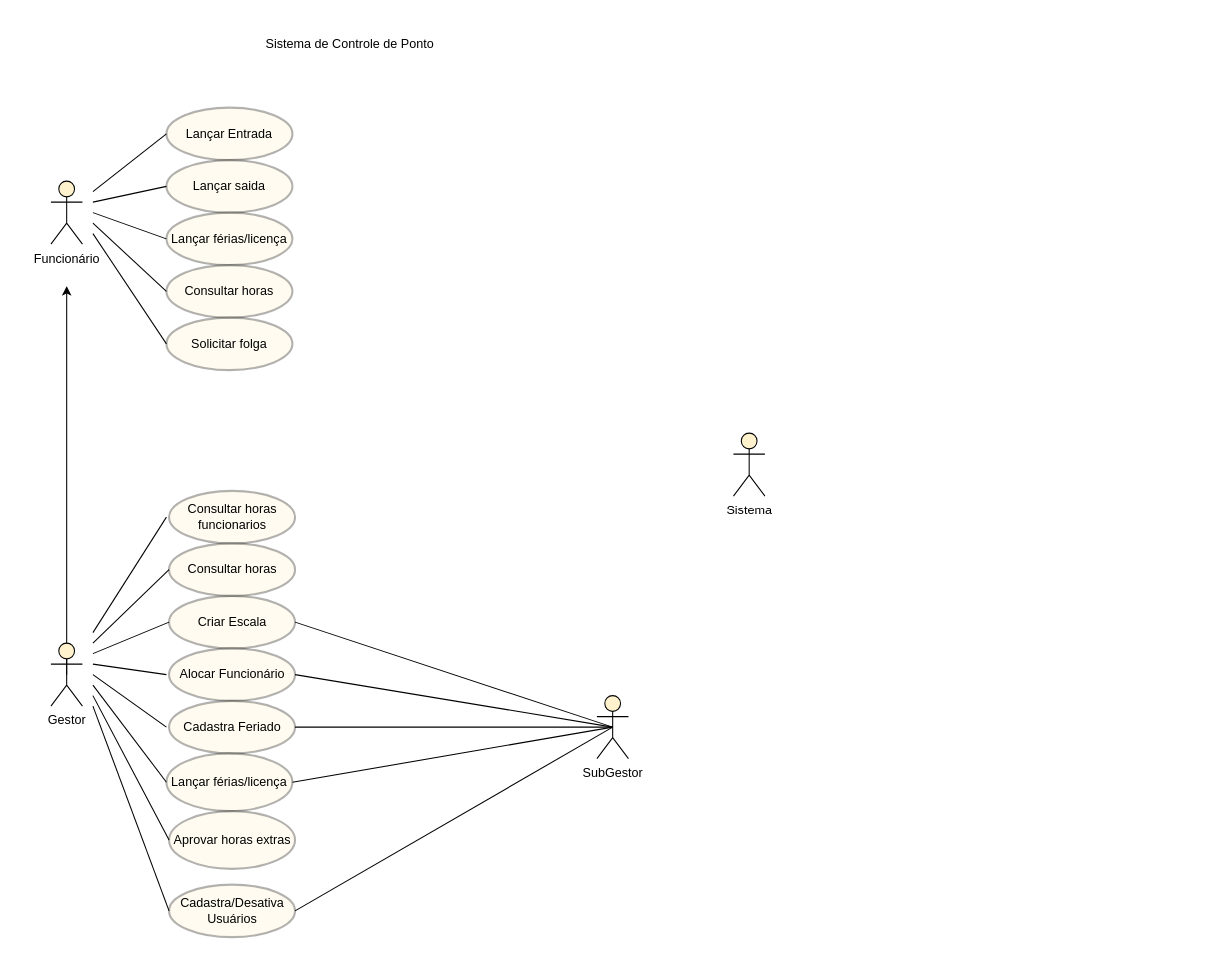
Before: 02-Draw.IO/casodeuso-scp.drawio in samirnagib/ibmr-sgep-doc, a draw.io diagram. Source tidied: cells renumbered, new cells numbered last; positions are measured from the earlier drawing's top-left corner, leaving out a move shared by most shapes. Both pictures are drawn from the tidied source at 105%, with x=0, y=0 at pixel (50, 34).
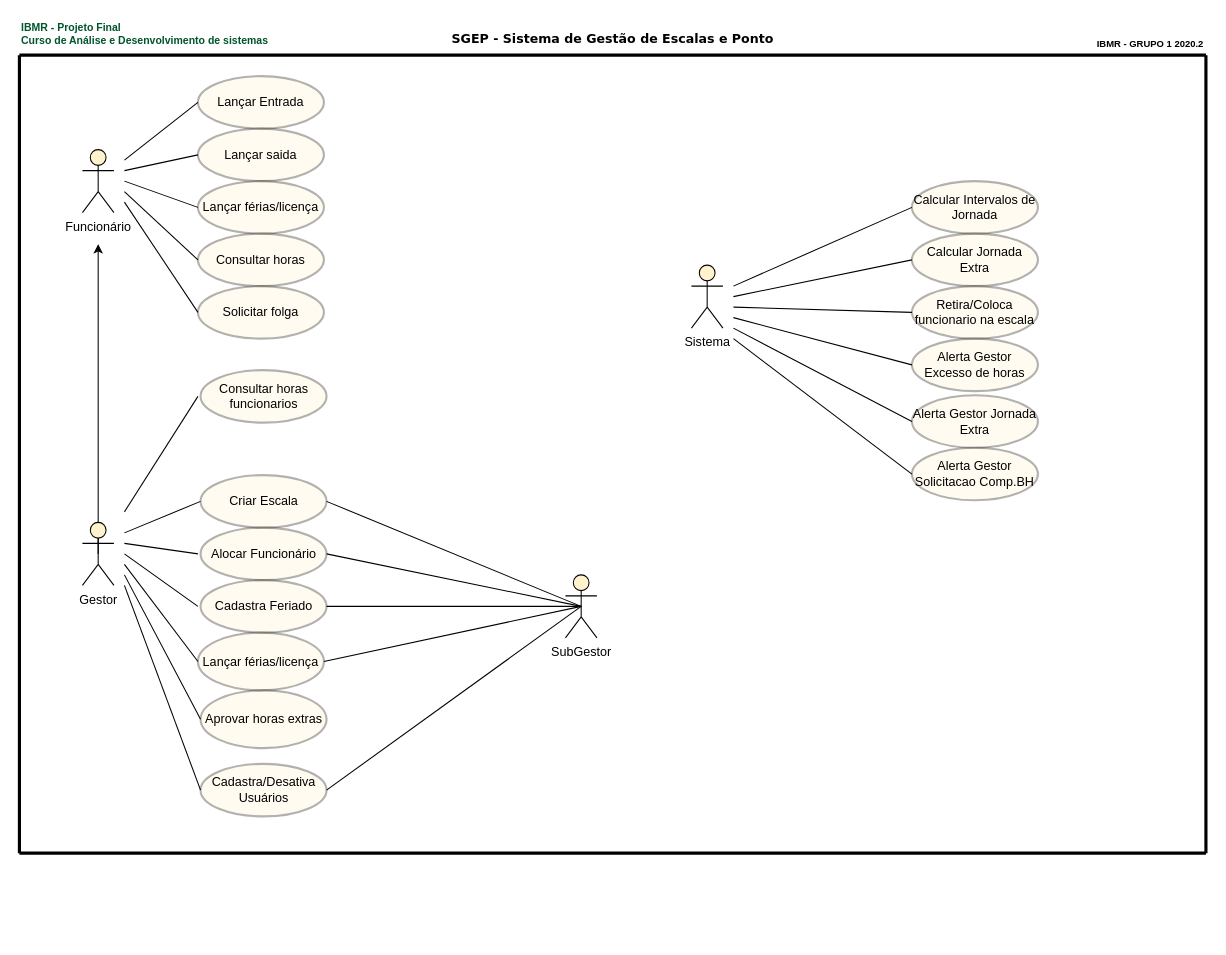
The same diagram, later.

What changed in the source:
```diff
@@
     <mxCell id="2" value="Funcionário&lt;br&gt;" style="shape=umlActor;verticalLabelPosition=bottom;verticalAlign=top;html=1;fillColor=#fff2cc;" parent="1" vertex="1">
-      <mxGeometry y="140" width="30" height="60" as="geometry" />
+      <mxGeometry x="30" y="110" width="30" height="60" as="geometry" />
     </mxCell>
-    <mxCell id="3" value="Sistema de Controle de Ponto" style="text;html=1;align=center;verticalAlign=middle;whiteSpace=wrap;rounded=0;opacity=30;" parent="1" vertex="1">
-      <mxGeometry x="130" width="310" height="20" as="geometry" />
+    <mxCell id="3" value="SGEP - Sistema de Gestão de Escalas e Ponto" style="text;html=1;align=left;verticalAlign=middle;whiteSpace=wrap;rounded=0;opacity=30;fontFamily=Verdana;fontStyle=1;" parent="1" vertex="1">
+      <mxGeometry x="380" y="-5" width="310" height="20" as="geometry" />
     </mxCell>
     <mxCell id="4" value="Lançar Entrada" style="ellipse;whiteSpace=wrap;html=1;strokeWidth=2;opacity=30;fillColor=#fff2cc;" parent="1" vertex="1">
-      <mxGeometry x="110" y="70" width="120" height="50" as="geometry" />
+      <mxGeometry x="140" y="40" width="120" height="50" as="geometry" />
     </mxCell>
     <mxCell id="5" value="Lançar saida" style="ellipse;whiteSpace=wrap;html=1;strokeWidth=2;opacity=30;fillColor=#fff2cc;" parent="1" vertex="1">
-      <mxGeometry x="110" y="120" width="120" height="50" as="geometry" />
+      <mxGeometry x="140" y="90" width="120" height="50" as="geometry" />
     </mxCell>
     <mxCell id="6" value="Lançar férias/licença" style="ellipse;whiteSpace=wrap;html=1;strokeWidth=2;opacity=30;fillColor=#fff2cc;" parent="1" vertex="1">
-      <mxGeometry x="110" y="170" width="120" height="50" as="geometry" />
+      <mxGeometry x="140" y="140" width="120" height="50" as="geometry" />
     </mxCell>
     <mxCell id="7" value="Consultar horas" style="ellipse;whiteSpace=wrap;html=1;strokeWidth=2;opacity=30;fillColor=#fff2cc;" parent="1" vertex="1">
-      <mxGeometry x="110" y="220" width="120" height="50" as="geometry" />
+      <mxGeometry x="140" y="190" width="120" height="50" as="geometry" />
     </mxCell>
     <mxCell id="8" value="Solicitar folga&lt;br&gt;" style="ellipse;whiteSpace=wrap;html=1;strokeWidth=2;opacity=30;fillColor=#fff2cc;" parent="1" vertex="1">
-      <mxGeometry x="110" y="270" width="120" height="50" as="geometry" />
+      <mxGeometry x="140" y="240" width="120" height="50" as="geometry" />
     </mxCell>
     <mxCell id="9" style="endArrow=none;html=1;exitX=0;exitY=0.5;exitDx=0;exitDy=0;" parent="1" edge="1" source="4">
       <mxGeometry relative="1" as="geometry">
-        <mxPoint x="40" y="150" as="targetPoint" />
+        <mxPoint x="70" y="120" as="targetPoint" />
       </mxGeometry>
     </mxCell>
     <mxCell id="10" style="endArrow=none;html=1;entryX=0;entryY=0.5;entryDx=0;entryDy=0;" parent="1" edge="1" target="5">
       <mxGeometry relative="1" as="geometry">
-        <mxPoint x="40" y="160" as="sourcePoint" />
+        <mxPoint x="70" y="130" as="sourcePoint" />
       </mxGeometry>
     </mxCell>
     <mxCell id="11" style="endArrow=none;html=1;entryX=0;entryY=0.5;entryDx=0;entryDy=0;" parent="1" edge="1" target="6">
       <mxGeometry relative="1" as="geometry">
-        <mxPoint x="40" y="170" as="sourcePoint" />
+        <mxPoint x="70" y="140" as="sourcePoint" />
       </mxGeometry>
     </mxCell>
     <mxCell id="12" style="endArrow=none;html=1;entryX=0;entryY=0.5;entryDx=0;entryDy=0;" parent="1" edge="1" target="7">
       <mxGeometry relative="1" as="geometry">
-        <mxPoint x="40" y="180" as="sourcePoint" />
+        <mxPoint x="70" y="150" as="sourcePoint" />
       </mxGeometry>
     </mxCell>
     <mxCell id="13" style="endArrow=none;html=1;entryX=0;entryY=0.5;entryDx=0;entryDy=0;" parent="1" edge="1" target="8">
       <mxGeometry relative="1" as="geometry">
-        <mxPoint x="40" y="190" as="sourcePoint" />
+        <mxPoint x="70" y="160" as="sourcePoint" />
       </mxGeometry>
     </mxCell>
     <mxCell id="14" style="edgeStyle=orthogonalEdgeStyle;rounded=0;jettySize=auto;html=1;exitX=0.5;exitY=0.5;exitDx=0;exitDy=0;exitPerimeter=0;" parent="1" edge="1" source="15">
       <mxGeometry relative="1" as="geometry">
-        <mxPoint x="15" y="240" as="targetPoint" />
+        <mxPoint x="45" y="200" as="targetPoint" />
         <Array as="points">
-          <mxPoint x="15" y="410" />
-          <mxPoint x="15" y="410" />
+          <mxPoint x="45" y="370" />
+          <mxPoint x="45" y="370" />
         </Array>
       </mxGeometry>
     </mxCell>
     <mxCell id="15" value="Gestor" style="shape=umlActor;verticalLabelPosition=bottom;verticalAlign=top;html=1;outlineConnect=0;fillColor=#fff2cc;" parent="1" vertex="1">
-      <mxGeometry y="580" width="30" height="60" as="geometry" />
+      <mxGeometry x="30" y="465" width="30" height="60" as="geometry" />
     </mxCell>
     <mxCell id="16" value="SubGestor" style="shape=umlActor;verticalLabelPosition=bottom;verticalAlign=top;html=1;outlineConnect=0;fillColor=#fff2cc;" parent="1" vertex="1">
-      <mxGeometry x="520" y="630" width="30" height="60" as="geometry" />
+      <mxGeometry x="490" y="515" width="30" height="60" as="geometry" />
     </mxCell>
     <mxCell id="17" value="Criar Escala" style="ellipse;whiteSpace=wrap;html=1;strokeWidth=2;fillColor=#fff2cc;opacity=30;" parent="1" vertex="1">
-      <mxGeometry x="112.5" y="535" width="120" height="50" as="geometry" />
+      <mxGeometry x="142.5" y="420" width="120" height="50" as="geometry" />
     </mxCell>
     <mxCell id="18" value="Alocar Funcionário&lt;br&gt;" style="ellipse;whiteSpace=wrap;html=1;strokeWidth=2;fillColor=#fff2cc;opacity=30;" parent="1" vertex="1">
-      <mxGeometry x="112.5" y="585" width="120" height="50" as="geometry" />
+      <mxGeometry x="142.5" y="470" width="120" height="50" as="geometry" />
     </mxCell>
     <mxCell id="19" value="Cadastra Feriado" style="ellipse;whiteSpace=wrap;html=1;strokeWidth=2;fillColor=#fff2cc;opacity=30;" parent="1" vertex="1">
-      <mxGeometry x="112.5" y="635" width="120" height="50" as="geometry" />
+      <mxGeometry x="142.5" y="520" width="120" height="50" as="geometry" />
     </mxCell>
     <mxCell id="20" value="Consultar horas funcionarios" style="ellipse;whiteSpace=wrap;html=1;strokeWidth=2;opacity=30;fillColor=#fff2cc;" parent="1" vertex="1">
-      <mxGeometry x="112.5" y="435" width="120" height="50" as="geometry" />
+      <mxGeometry x="142.5" y="320" width="120" height="50" as="geometry" />
     </mxCell>
-    <mxCell id="21" value="Consultar horas" style="ellipse;whiteSpace=wrap;html=1;strokeWidth=2;opacity=30;fillColor=#fff2cc;" parent="1" vertex="1">
-      <mxGeometry x="112.5" y="485" width="120" height="50" as="geometry" />
-    </mxCell>
     <mxCell id="22" value="Lançar férias/licença" style="ellipse;whiteSpace=wrap;html=1;strokeWidth=2;opacity=30;fillColor=#fff2cc;" parent="1" vertex="1">
-      <mxGeometry x="110" y="685" width="120" height="55" as="geometry" />
+      <mxGeometry x="140" y="570" width="120" height="55" as="geometry" />
     </mxCell>
     <mxCell id="23" value="Aprovar horas extras" style="ellipse;whiteSpace=wrap;html=1;strokeWidth=2;opacity=30;fillColor=#fff2cc;" parent="1" vertex="1">
-      <mxGeometry x="112.5" y="740" width="120" height="55" as="geometry" />
+      <mxGeometry x="142.5" y="625" width="120" height="55" as="geometry" />
     </mxCell>
     <mxCell id="24" value="Sistema" style="shape=umlActor;verticalLabelPosition=bottom;verticalAlign=top;html=1;fillColor=#fff2cc;" parent="1" vertex="1">
-      <mxGeometry x="650" y="380" width="30" height="60" as="geometry" />
+      <mxGeometry x="610" y="220" width="30" height="60" as="geometry" />
     </mxCell>
     <mxCell id="25" value="Cadastra/Desativa Usuários" style="ellipse;whiteSpace=wrap;html=1;strokeWidth=2;fillColor=#fff2cc;opacity=30;" parent="1" vertex="1">
-      <mxGeometry x="112.5" y="810" width="120" height="50" as="geometry" />
+      <mxGeometry x="142.5" y="695" width="120" height="50" as="geometry" />
     </mxCell>
@@
-    <mxCell id="28" style="endArrow=none;html=1;entryX=1;entryY=0.5;entryDx=0;entryDy=0;endFill=0;" parent="1" edge="1" target="25">
-      <mxGeometry relative="1" as="geometry">
-        <mxPoint x="535" y="660" as="sourcePoint" />
-      </mxGeometry>
+    <mxCell id="28" style="endArrow=none;html=1;entryX=1;entryY=0.5;entryDx=0;entryDy=0;endFill=0;exitX=0.5;exitY=0.5;exitDx=0;exitDy=0;exitPerimeter=0;" parent="1" edge="1" source="16" target="25">
+      <mxGeometry relative="1" as="geometry" />
     </mxCell>
     <mxCell id="29" style="endArrow=none;html=1;exitX=0.5;exitY=0.5;exitDx=0;exitDy=0;exitPerimeter=0;endFill=0;" parent="1" edge="1" source="16">
       <mxGeometry relative="1" as="geometry">
-        <mxPoint x="232.5" y="610" as="targetPoint" />
+        <mxPoint x="262.5" y="495" as="targetPoint" />
       </mxGeometry>
     </mxCell>
@@
     <mxCell id="31" style="endArrow=none;html=1;entryX=1;entryY=0.5;entryDx=0;entryDy=0;endFill=0;" parent="1" edge="1">
       <mxGeometry relative="1" as="geometry">
-        <mxPoint x="40" y="570" as="sourcePoint" />
-        <mxPoint x="110" y="460" as="targetPoint" />
+        <mxPoint x="70" y="455" as="sourcePoint" />
+        <mxPoint x="140" y="345" as="targetPoint" />
       </mxGeometry>
     </mxCell>
-    <mxCell id="32" style="endArrow=none;html=1;entryX=0;entryY=0.5;entryDx=0;entryDy=0;endFill=0;" parent="1" edge="1" target="21">
-      <mxGeometry relative="1" as="geometry">
-        <mxPoint x="40" y="580" as="sourcePoint" />
-      </mxGeometry>
-    </mxCell>
     <mxCell id="33" style="endArrow=none;html=1;entryX=0;entryY=0.5;entryDx=0;entryDy=0;endFill=0;" parent="1" edge="1" target="17">
       <mxGeometry relative="1" as="geometry">
-        <mxPoint x="40" y="590" as="sourcePoint" />
+        <mxPoint x="70" y="475" as="sourcePoint" />
       </mxGeometry>
     </mxCell>
     <mxCell id="34" style="endArrow=none;html=1;endFill=0;" parent="1" edge="1">
       <mxGeometry relative="1" as="geometry">
-        <mxPoint x="40" y="600" as="sourcePoint" />
-        <mxPoint x="110" y="610" as="targetPoint" />
+        <mxPoint x="70" y="485" as="sourcePoint" />
+        <mxPoint x="140" y="495" as="targetPoint" />
       </mxGeometry>
     </mxCell>
     <mxCell id="35" style="endArrow=none;html=1;endFill=0;" parent="1" edge="1">
       <mxGeometry relative="1" as="geometry">
-        <mxPoint x="40" y="610" as="sourcePoint" />
-        <mxPoint x="110" y="660" as="targetPoint" />
+        <mxPoint x="70" y="495" as="sourcePoint" />
+        <mxPoint x="140" y="545" as="targetPoint" />
       </mxGeometry>
     </mxCell>
     <mxCell id="36" style="endArrow=none;html=1;endFill=0;entryX=0;entryY=0.5;entryDx=0;entryDy=0;" parent="1" edge="1" target="22">
       <mxGeometry relative="1" as="geometry">
-        <mxPoint x="40" y="620" as="sourcePoint" />
+        <mxPoint x="70" y="505" as="sourcePoint" />
       </mxGeometry>
     </mxCell>
     <mxCell id="37" style="endArrow=none;html=1;endFill=0;entryX=0;entryY=0.5;entryDx=0;entryDy=0;" parent="1" edge="1" target="23">
       <mxGeometry relative="1" as="geometry">
-        <mxPoint x="40" y="630" as="sourcePoint" />
+        <mxPoint x="70" y="515" as="sourcePoint" />
       </mxGeometry>
     </mxCell>
     <mxCell id="38" style="endArrow=none;html=1;endFill=0;entryX=0;entryY=0.5;entryDx=0;entryDy=0;" parent="1" edge="1" target="25">
       <mxGeometry relative="1" as="geometry">
-        <mxPoint x="40" y="640" as="sourcePoint" />
+        <mxPoint x="70" y="525" as="sourcePoint" />
       </mxGeometry>
     </mxCell>
+    <mxCell id="39" value="Calcular Intervalos de Jornada" style="ellipse;whiteSpace=wrap;html=1;strokeWidth=2;opacity=30;fillColor=#fff2cc;" parent="1" vertex="1">
+      <mxGeometry x="820" y="140" width="120" height="50" as="geometry" />
+    </mxCell>
+    <mxCell id="40" style="endArrow=none;html=1;fontFamily=Verdana;strokeWidth=3;" parent="1" edge="1">
+      <mxGeometry relative="1" as="geometry">
+        <mxPoint x="-30" y="20" as="sourcePoint" />
+        <mxPoint x="1100" y="20" as="targetPoint" />
+      </mxGeometry>
+    </mxCell>
+    <mxCell id="41" style="endArrow=none;html=1;fontFamily=Verdana;strokeWidth=3;" parent="1" edge="1">
+      <mxGeometry relative="1" as="geometry">
+        <mxPoint x="-30" y="780" as="sourcePoint" />
+        <mxPoint x="1100" y="780" as="targetPoint" />
+      </mxGeometry>
+    </mxCell>
+    <mxCell id="42" style="endArrow=none;html=1;fontFamily=Verdana;strokeWidth=3;" parent="1" edge="1">
+      <mxGeometry relative="1" as="geometry">
+        <mxPoint x="-30" y="20" as="sourcePoint" />
+        <mxPoint x="-30" y="780" as="targetPoint" />
+      </mxGeometry>
+    </mxCell>
+    <mxCell id="43" value="Calcular Jornada Extra" style="ellipse;whiteSpace=wrap;html=1;strokeWidth=2;opacity=30;fillColor=#fff2cc;" parent="1" vertex="1">
+      <mxGeometry x="820" y="190" width="120" height="50" as="geometry" />
+    </mxCell>
+    <mxCell id="44" value="Retira/Coloca funcionario na escala" style="ellipse;whiteSpace=wrap;html=1;strokeWidth=2;opacity=30;fillColor=#fff2cc;" parent="1" vertex="1">
+      <mxGeometry x="820" y="240" width="120" height="50" as="geometry" />
+    </mxCell>
+    <mxCell id="45" value="Alerta Gestor Excesso de horas" style="ellipse;whiteSpace=wrap;html=1;strokeWidth=2;opacity=30;fillColor=#fff2cc;" parent="1" vertex="1">
+      <mxGeometry x="820" y="290" width="120" height="50" as="geometry" />
+    </mxCell>
+    <mxCell id="46" value="Alerta Gestor Jornada Extra" style="ellipse;whiteSpace=wrap;html=1;strokeWidth=2;opacity=30;fillColor=#fff2cc;" parent="1" vertex="1">
+      <mxGeometry x="820" y="344" width="120" height="50" as="geometry" />
+    </mxCell>
+    <mxCell id="47" value="Alerta Gestor Solicitacao Comp.BH" style="ellipse;whiteSpace=wrap;html=1;strokeWidth=2;opacity=30;fillColor=#fff2cc;" parent="1" vertex="1">
+      <mxGeometry x="820" y="394" width="120" height="50" as="geometry" />
+    </mxCell>
+    <mxCell id="48" style="endArrow=none;html=1;strokeWidth=1;fontFamily=Verdana;entryX=0;entryY=0.5;entryDx=0;entryDy=0;" parent="1" edge="1" target="39">
+      <mxGeometry relative="1" as="geometry">
+        <mxPoint x="650" y="240" as="sourcePoint" />
+      </mxGeometry>
+    </mxCell>
+    <mxCell id="49" style="endArrow=none;html=1;strokeWidth=1;fontFamily=Verdana;entryX=0;entryY=0.5;entryDx=0;entryDy=0;" parent="1" edge="1" target="43">
+      <mxGeometry relative="1" as="geometry">
+        <mxPoint x="650" y="250" as="sourcePoint" />
+      </mxGeometry>
+    </mxCell>
+    <mxCell id="50" style="endArrow=none;html=1;strokeWidth=1;fontFamily=Verdana;entryX=0;entryY=0.5;entryDx=0;entryDy=0;" parent="1" edge="1" target="44">
+      <mxGeometry relative="1" as="geometry">
+        <mxPoint x="650" y="260" as="sourcePoint" />
+      </mxGeometry>
+    </mxCell>
+    <mxCell id="51" style="endArrow=none;html=1;strokeWidth=1;fontFamily=Verdana;entryX=0;entryY=0.5;entryDx=0;entryDy=0;" parent="1" edge="1" target="45">
+      <mxGeometry relative="1" as="geometry">
+        <mxPoint x="650" y="270" as="sourcePoint" />
+      </mxGeometry>
+    </mxCell>
+    <mxCell id="52" style="endArrow=none;html=1;strokeWidth=1;fontFamily=Verdana;entryX=0;entryY=0.5;entryDx=0;entryDy=0;" parent="1" edge="1" target="46">
+      <mxGeometry relative="1" as="geometry">
+        <mxPoint x="650" y="280" as="sourcePoint" />
+      </mxGeometry>
+    </mxCell>
+    <mxCell id="53" style="endArrow=none;html=1;strokeWidth=1;fontFamily=Verdana;entryX=0;entryY=0.5;entryDx=0;entryDy=0;" parent="1" edge="1" target="47">
+      <mxGeometry relative="1" as="geometry">
+        <mxPoint x="650" y="290" as="sourcePoint" />
+      </mxGeometry>
+    </mxCell>
+    <mxCell id="54" style="endArrow=none;html=1;fontFamily=Verdana;strokeWidth=3;" parent="1" edge="1">
+      <mxGeometry relative="1" as="geometry">
+        <mxPoint x="1100" y="20" as="sourcePoint" />
+        <mxPoint x="1100" y="780" as="targetPoint" />
+      </mxGeometry>
+    </mxCell>
+    <mxCell id="55" value="IBMR - GRUPO 1 2020.2" style="text;html=1;strokeColor=none;fillColor=none;align=right;verticalAlign=middle;whiteSpace=wrap;rounded=0;fontFamily=Helvetica;fontStyle=1;fontSize=9;" parent="1" vertex="1">
+      <mxGeometry x="920" width="180" height="20" as="geometry" />
+    </mxCell>
+    <mxCell id="56" value="IBMR - Projeto Final&lt;br&gt;Curso de Análise e Desenvolvimento de sistemas" style="text;html=1;align=left;verticalAlign=middle;fontSize=10;fontFamily=Helvetica;fontStyle=1;fontColor=#00542B;" parent="1" vertex="1">
+      <mxGeometry x="-30" y="-15" width="250" height="30" as="geometry" />
+    </mxCell>
```
